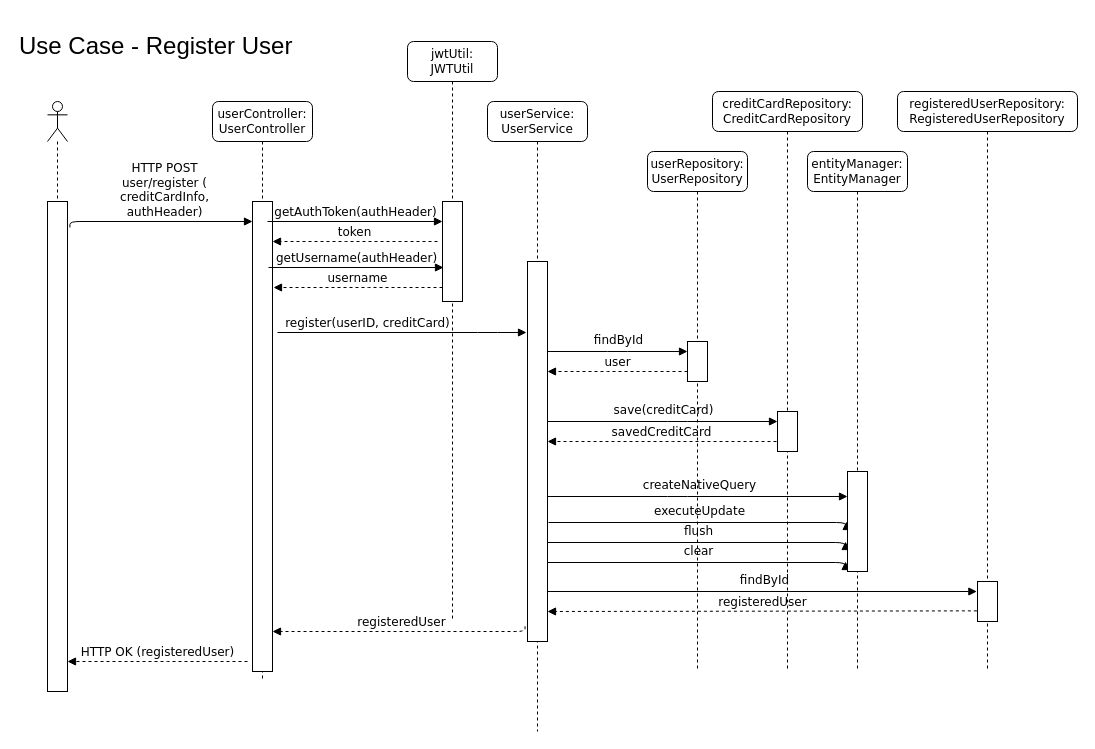
Earlier version of the draw.io diagram Sequence Diagram - Register.drawio (AcmePlexApp/documents). Source tidied: cells renumbered, new cells numbered last; positions are measured from the earlier drawing's top-left corner, leaving out a move shared by most shapes. Both pictures are drawn from the tidied source at 100%, with x=0, y=0 at pixel (17, 31).
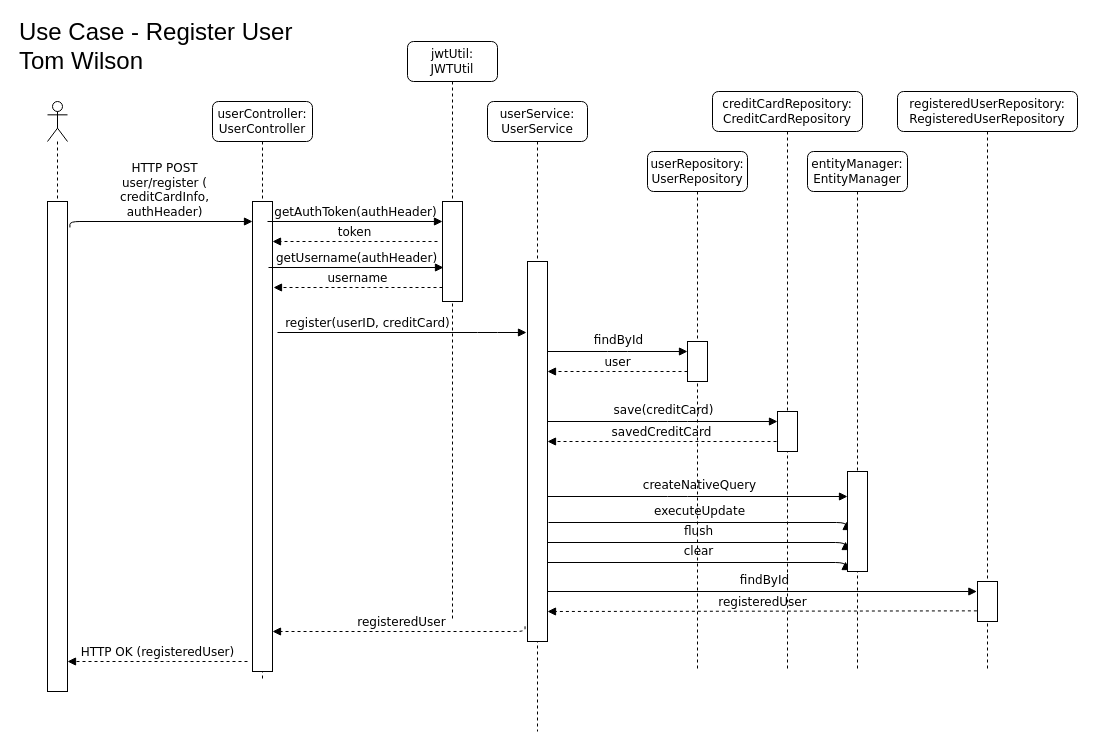
The same page after the edit.

Commit message:
project instructions say only one sequence diagram per person

The edit, as a diff of the source:
```diff
@@
-    <mxCell id="5" value="&lt;font style=&quot;font-size: 24px;&quot;&gt;Use Case - Register User&lt;/font&gt;" style="text;html=1;align=left;verticalAlign=middle;whiteSpace=wrap;rounded=0;" parent="1" vertex="1">
+    <mxCell id="5" value="&lt;font style=&quot;font-size: 24px;&quot;&gt;Use Case - Register User&lt;/font&gt;&lt;div&gt;&lt;span style=&quot;font-size: 24px;&quot;&gt;Tom Wilson&lt;/span&gt;&lt;/div&gt;" style="text;html=1;align=left;verticalAlign=middle;whiteSpace=wrap;rounded=0;" parent="1" vertex="1">
       <mxGeometry width="330" height="30" as="geometry" />
     </mxCell>
```
